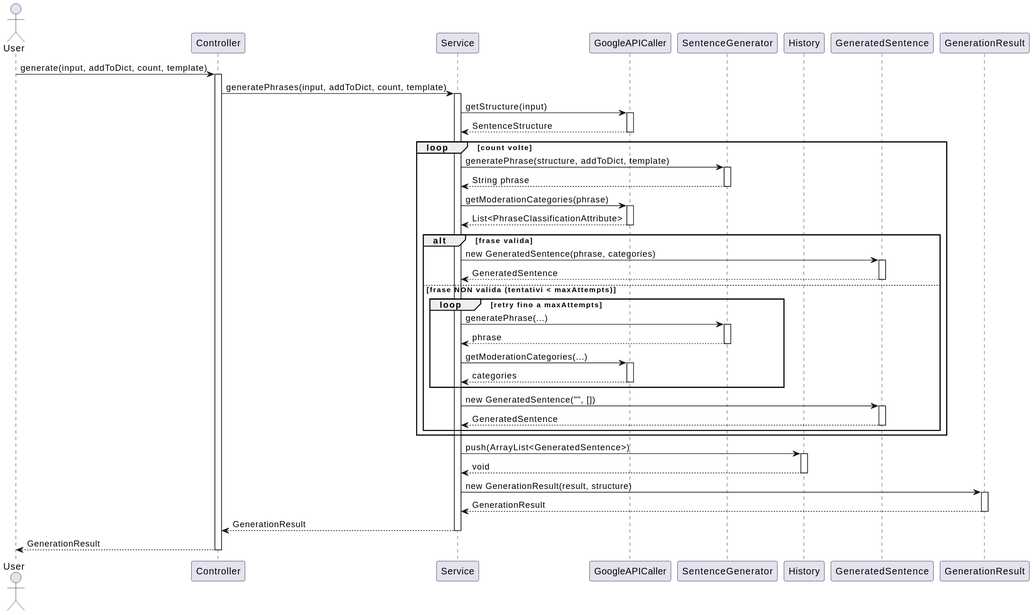
Earlier version of the PlantUML export deliverables/uml_diagrams/Internal1.svg (KosumovicDenis/NonsenseGenerator).
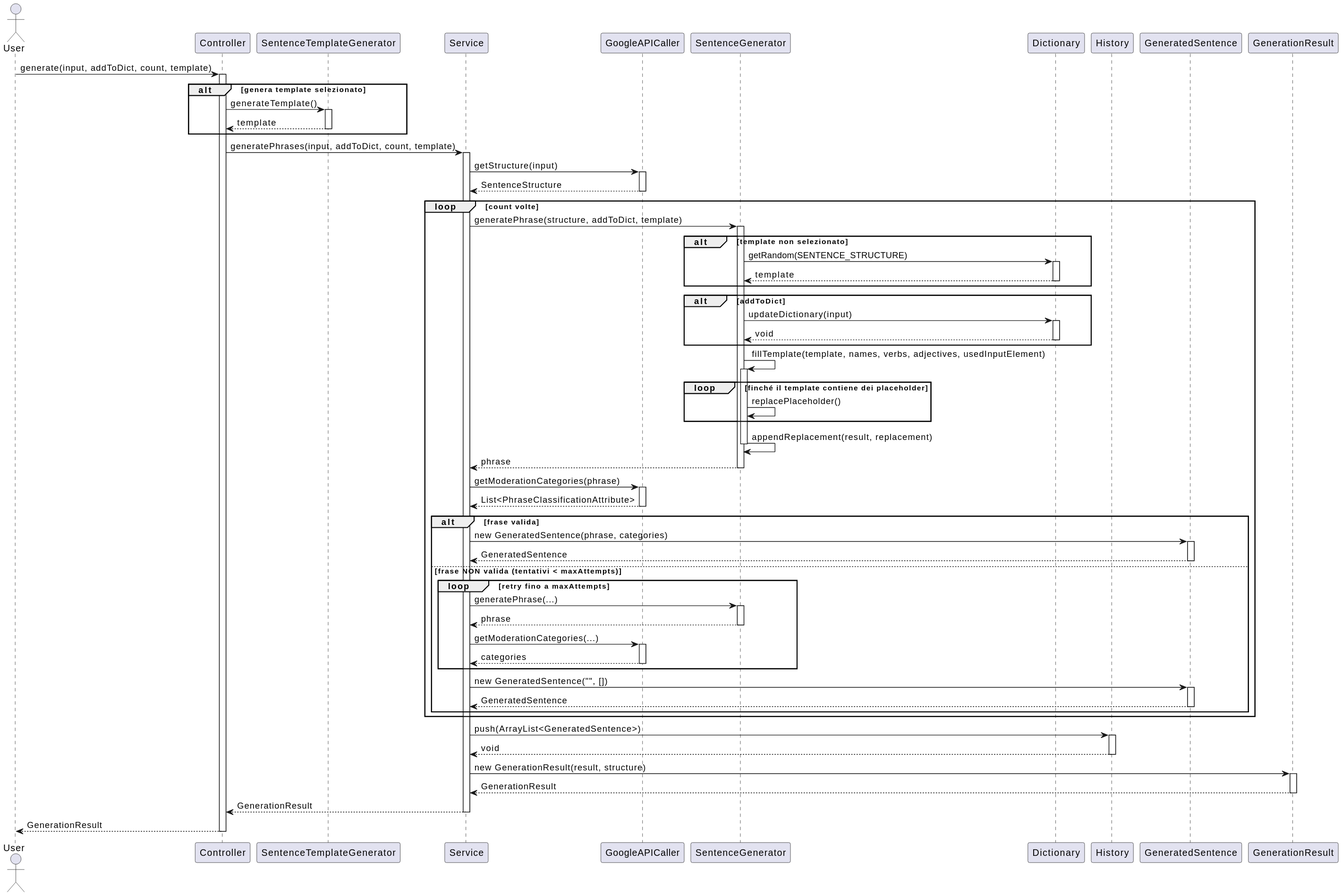
Later version of the same file.

Diff of the diagram source:
```diff
@@ -1,15 +1,25 @@
 @startuml
 actor User
 participant Controller
+participant SentenceTemplateGenerator as TemplateGen
 participant Service
 participant GoogleAPICaller as API
 participant SentenceGenerator as Generator
+participant Dictionary
 participant History
 participant GeneratedSentence
 participant GenerationResult
 
 User -> Controller : generate(input, addToDict, count, template)
 activate Controller
+
+alt genera template selezionato
+    Controller -> TemplateGen : generateTemplate()
+    activate TemplateGen
+    TemplateGen --> Controller : template
+    deactivate TemplateGen
+end
+
 Controller -> Service : generatePhrases(input, addToDict, count, template)
 activate Service
 
@@ -21,7 +31,30 @@
 loop count volte
     Service -> Generator : generatePhrase(structure, addToDict, template)
     activate Generator
-    Generator --> Service : String phrase
+
+    alt template non selezionato
+        Generator -> Dictionary : getRandom(SENTENCE_STRUCTURE)
+        activate Dictionary
+        Dictionary --> Generator : template
+        deactivate Dictionary
+    end
+
+    alt addToDict
+        Generator -> Dictionary : updateDictionary(input)
+        activate Dictionary
+        Dictionary --> Generator : void
+        deactivate Dictionary
+    end
+
+    Generator -> Generator : fillTemplate(template, names, verbs, adjectives, usedInputElement)
+    activate Generator
+    loop finché il template contiene dei placeholder
+        Generator -> Generator : replacePlaceholder()
+    end
+    Generator -> Generator : appendReplacement(result, replacement)
+    deactivate Generator
+
+    Generator --> Service : phrase
     deactivate Generator
 
     Service -> API : getModerationCategories(phrase)
```
